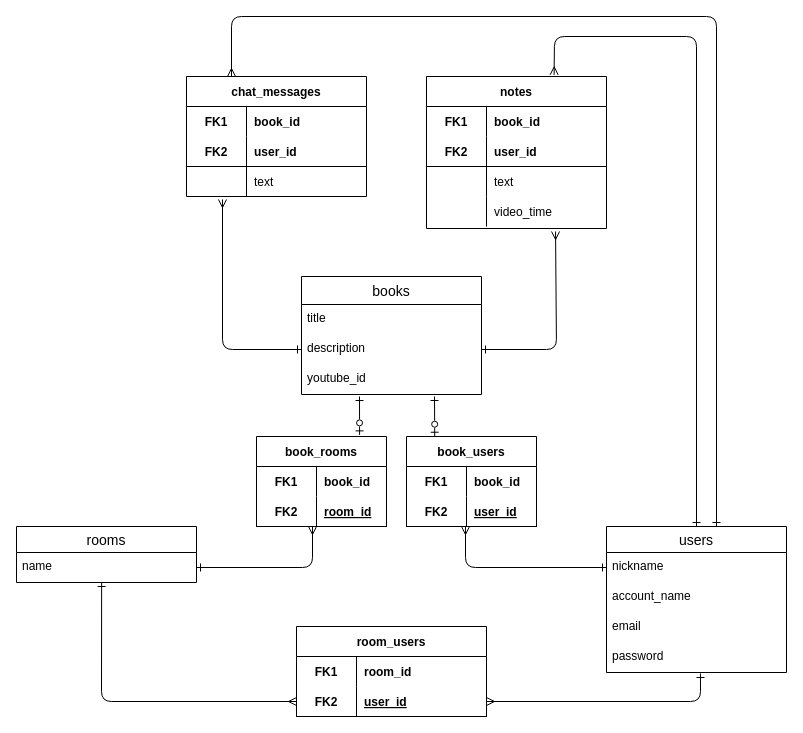
This is ERD.dio from gingin-s/tubook, a draw.io file, before an edit. Source tidied: cells renumbered, new cells numbered last; positions are measured from the earlier drawing's top-left corner, leaving out a move shared by most shapes. Both pictures are drawn from the tidied source at 100%, with x=0, y=0 at pixel (16, 16).
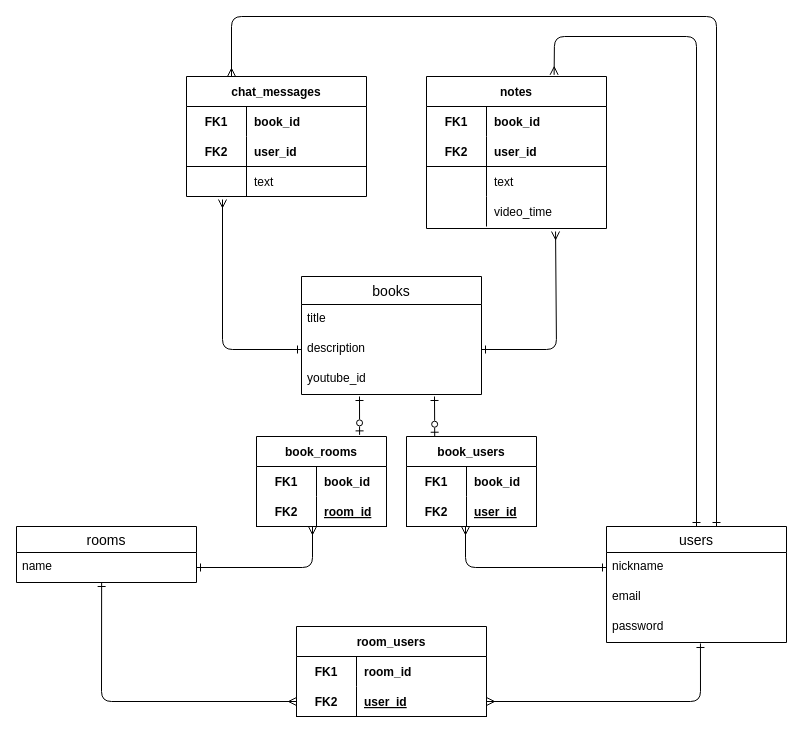
Above is the later version.

The edit, as a diff of the source:
```diff
@@
     <mxCell id="16" value="users" style="swimlane;fontStyle=0;horizontal=1;startSize=26;align=center;fontSize=14;labelBackgroundColor=none;labelBorderColor=none;strokeColor=default;" parent="1" vertex="1">
-      <mxGeometry x="590" y="510" width="180" height="146" as="geometry" />
+      <mxGeometry x="590" y="510" width="180" height="116" as="geometry" />
     </mxCell>
@@
-    <mxCell id="18" value="account_name" style="text;strokeColor=none;fillColor=none;spacingLeft=4;spacingRight=4;overflow=hidden;fontSize=12;labelBackgroundColor=none;labelBorderColor=none;" parent="16" vertex="1">
-      <mxGeometry y="56" width="180" height="30" as="geometry" />
-    </mxCell>
     <mxCell id="19" value="email" style="text;strokeColor=none;fillColor=none;spacingLeft=4;spacingRight=4;overflow=hidden;fontSize=12;labelBackgroundColor=none;labelBorderColor=none;" parent="16" vertex="1">
-      <mxGeometry y="86" width="180" height="30" as="geometry" />
+      <mxGeometry y="56" width="180" height="30" as="geometry" />
     </mxCell>
     <mxCell id="20" value="password" style="text;strokeColor=none;fillColor=none;spacingLeft=4;spacingRight=4;overflow=hidden;points=[[0,0.5],[1,0.5]];portConstraint=eastwest;fontSize=12;labelBackgroundColor=none;labelBorderColor=none;" parent="16" vertex="1">
-      <mxGeometry y="116" width="180" height="30" as="geometry" />
+      <mxGeometry y="86" width="180" height="30" as="geometry" />
     </mxCell>
```
